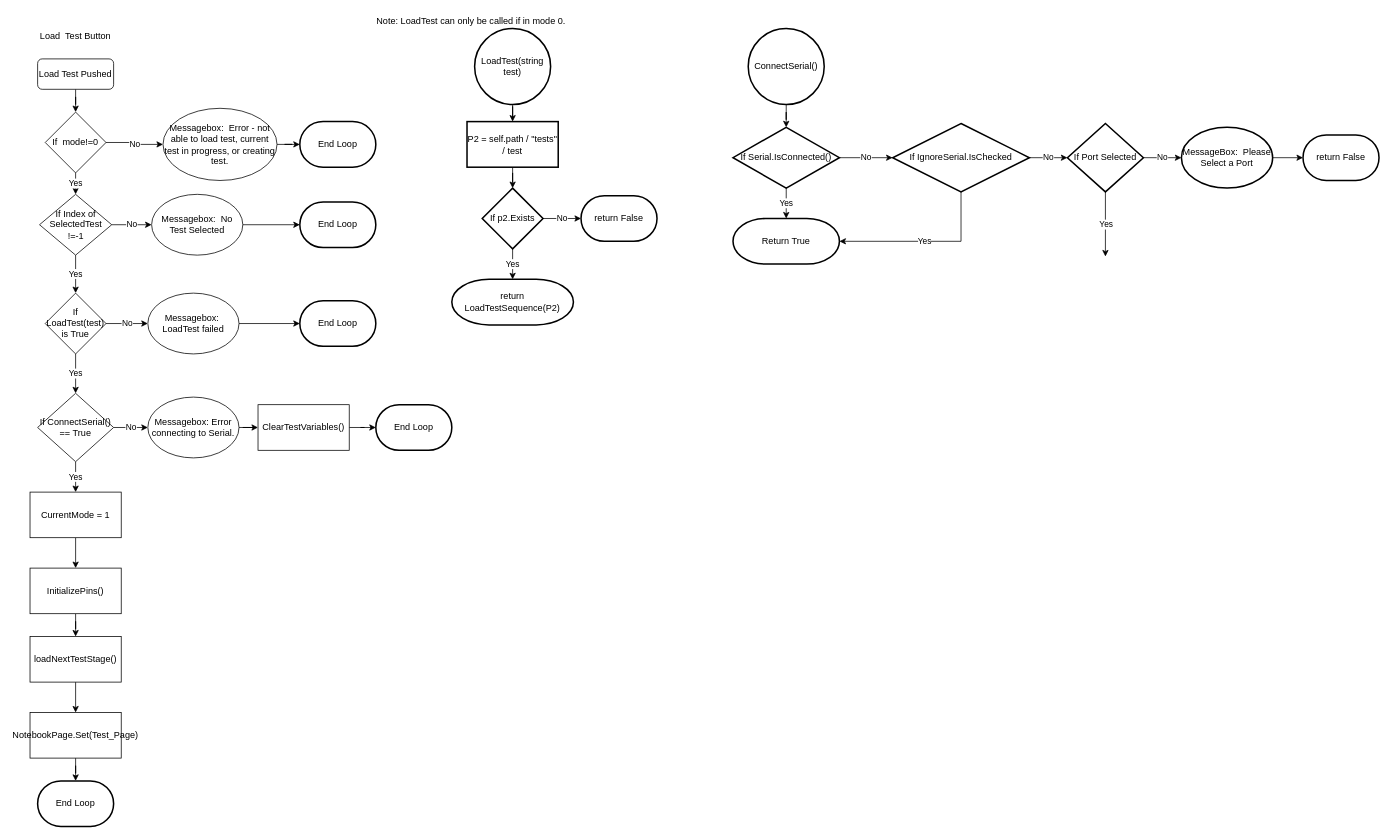
Above: page "Load_Test_Button" (1 of 4) of Computer_App/Load_Test_Tab.drawio in calebschmurr/AUNA_Test_Box (draw.io), before the change. Source tidied: cells renumbered, new cells numbered last; positions are measured from the earlier drawing's top-left corner, leaving out a move shared by most shapes. Both pictures are drawn from the tidied source at 76%, with x=0, y=0 at pixel (30, 13).
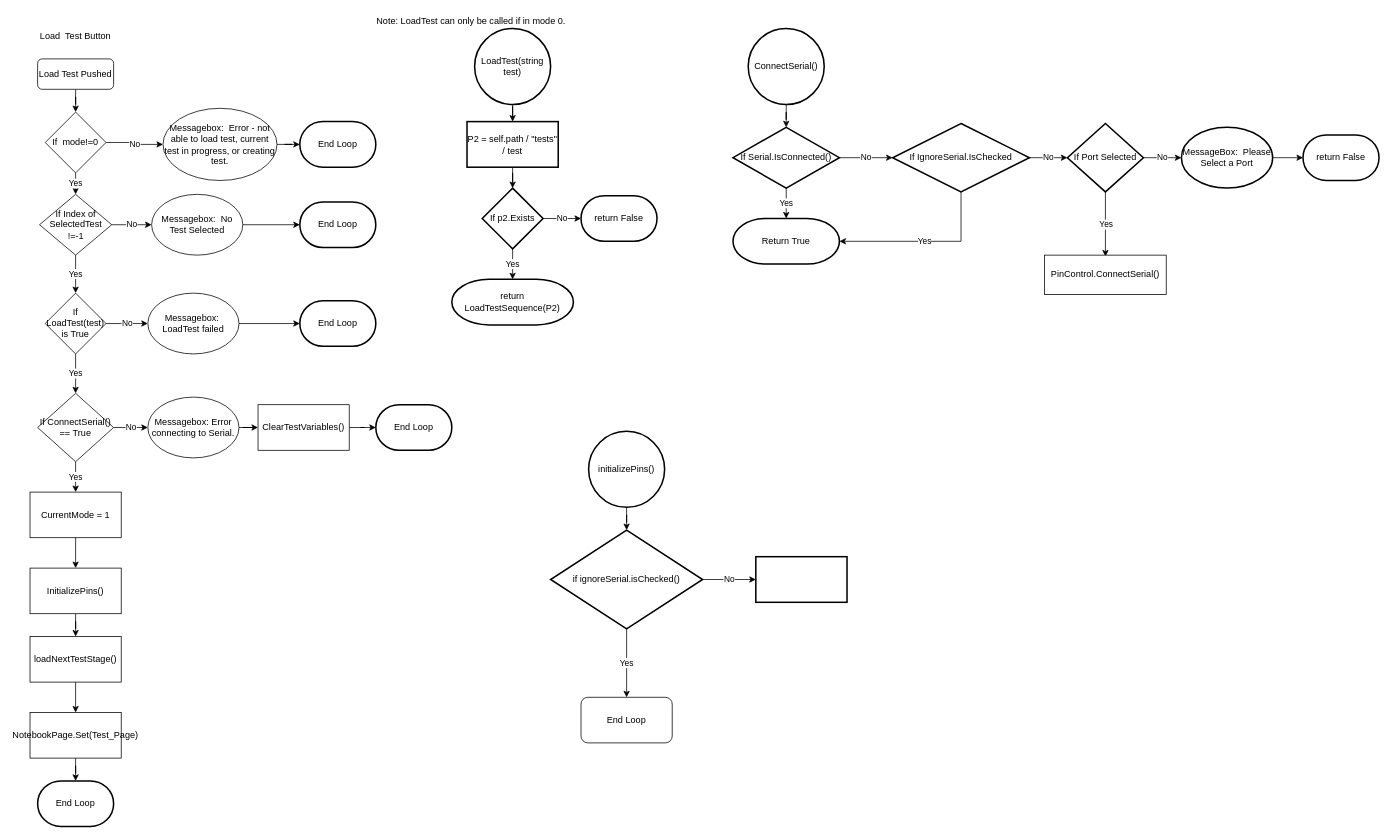
After the change.

Diff of the diagram source:
```diff
@@
+    <mxCell id="65" value="PinControl.ConnectSerial()" style="rounded=0;whiteSpace=wrap;html=1;" parent="1" vertex="1">
+      <mxGeometry x="1335" y="318.2" width="160" height="51.8" as="geometry" />
+    </mxCell>
+    <mxCell id="66" style="edgeStyle=orthogonalEdgeStyle;rounded=0;jettySize=auto;html=1;" parent="1" edge="1" source="67" target="70">
+      <mxGeometry relative="1" as="geometry" />
+    </mxCell>
+    <mxCell id="67" value="initializePins()" style="strokeWidth=2;html=1;shape=mxgraph.flowchart.start_2;whiteSpace=wrap;" parent="1" vertex="1">
+      <mxGeometry x="735" y="550" width="100" height="100" as="geometry" />
+    </mxCell>
+    <mxCell id="68" value="Yes" style="edgeStyle=orthogonalEdgeStyle;rounded=0;jettySize=auto;html=1;entryX=0.5;entryY=0;entryDx=0;entryDy=0;" parent="1" edge="1" source="70" target="72">
+      <mxGeometry relative="1" as="geometry" />
+    </mxCell>
+    <mxCell id="69" value="No" style="edgeStyle=orthogonalEdgeStyle;rounded=0;jettySize=auto;html=1;" parent="1" edge="1" source="70" target="71">
+      <mxGeometry relative="1" as="geometry" />
+    </mxCell>
+    <mxCell id="70" value="if ignoreSerial.isChecked()" style="rhombus;whiteSpace=wrap;html=1;strokeWidth=2;" parent="1" vertex="1">
+      <mxGeometry x="685" y="680" width="200" height="130" as="geometry" />
+    </mxCell>
+    <mxCell id="71" style="whiteSpace=wrap;html=1;strokeWidth=2;" parent="1" vertex="1">
+      <mxGeometry x="955" y="715" width="120" height="60" as="geometry" />
+    </mxCell>
+    <mxCell id="72" value="End Loop" style="rounded=1;whiteSpace=wrap;html=1;" parent="1" vertex="1">
+      <mxGeometry x="725" y="900" width="120" height="60" as="geometry" />
+    </mxCell>
```
